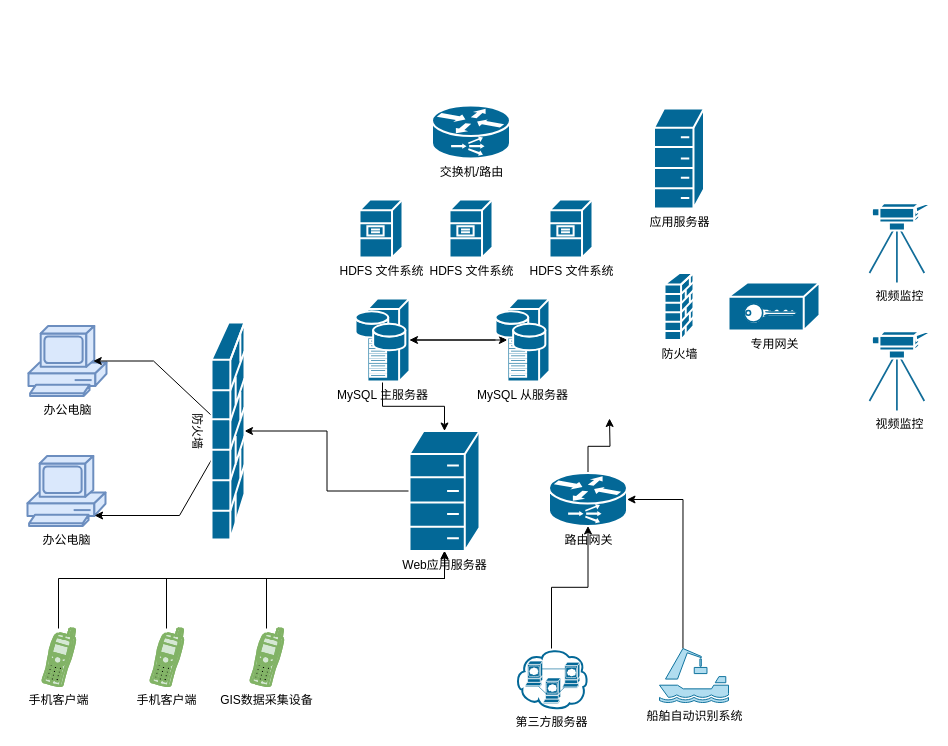
The draw.io diagram 物理拓扑.drawio in liusheding001/draw.io, before the edit. Source tidied: cells renumbered, new cells numbered last; positions are measured from the earlier drawing's top-left corner, leaving out a move shared by most shapes. Both pictures are drawn from the tidied source at 100%, with x=0, y=0 at pixel (27, 105).
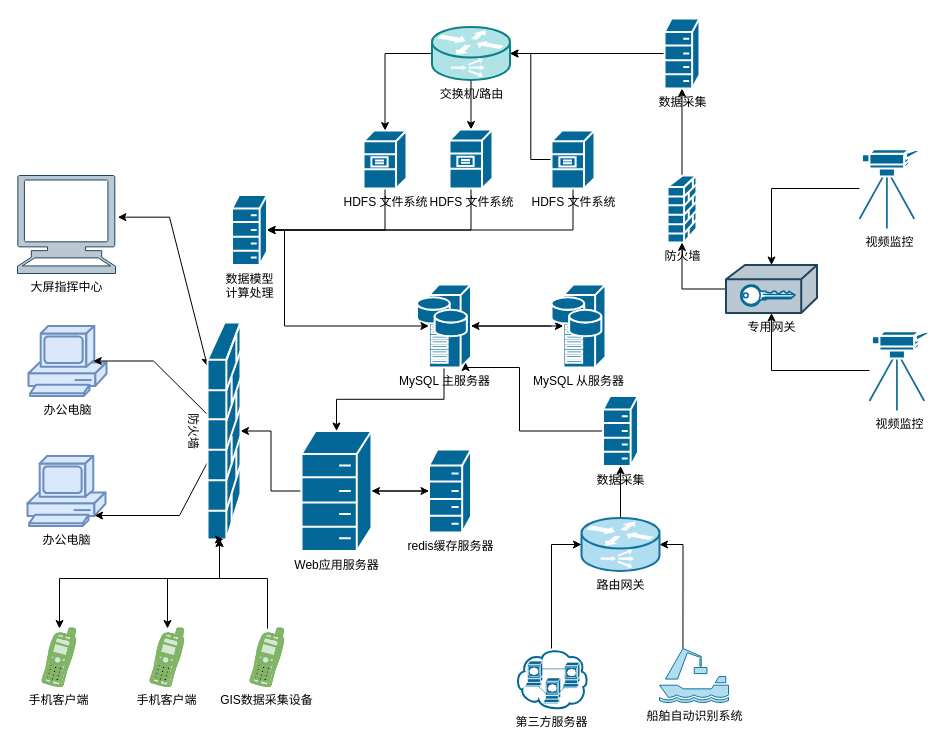
The same page after the edit.

Commit message:
更新物理拓扑.drawio

The change refers to these unchanged cells:
```xml
<mxCell id="5" value="手机客户端" style="shape=mxgraph.cisco.modems_and_phones.cell_phone;html=1;dashed=0;fillColor=#d5e8d4;strokeColor=#82b366;strokeWidth=2;verticalLabelPosition=bottom;verticalAlign=top;align=center;outlineConnect=0;" parent="1" vertex="1">
  <mxGeometry x="14" y="523" width="34" height="58" as="geometry" />
</mxCell>
<mxCell id="23" value="视频监控" style="shape=mxgraph.cisco.computers_and_peripherals.video_camera;html=1;dashed=0;fillColor=#036897;strokeColor=#ffffff;strokeWidth=2;verticalLabelPosition=bottom;verticalAlign=top;align=center;outlineConnect=0;" parent="1" vertex="1">
  <mxGeometry x="842" y="225" width="60" height="80" as="geometry" />
</mxCell>
<mxCell id="25" value="手机客户端" style="shape=mxgraph.cisco.modems_and_phones.cell_phone;html=1;dashed=0;fillColor=#d5e8d4;strokeColor=#82b366;strokeWidth=2;verticalLabelPosition=bottom;verticalAlign=top;align=center;outlineConnect=0;" parent="1" vertex="1">
  <mxGeometry x="122" y="523" width="34" height="58" as="geometry" />
</mxCell>
<mxCell id="27" value="GIS数据采集设备" style="shape=mxgraph.cisco.modems_and_phones.cell_phone;html=1;dashed=0;fillColor=#d5e8d4;strokeColor=#82b366;strokeWidth=2;verticalLabelPosition=bottom;verticalAlign=top;align=center;outlineConnect=0;" parent="1" vertex="1">
  <mxGeometry x="222" y="523" width="34" height="58" as="geometry" />
</mxCell>
<mxCell id="29" value="第三方服务器" style="shape=mxgraph.cisco.storage.web_cluster;html=1;dashed=0;fillColor=#036897;strokeColor=#ffffff;strokeWidth=2;verticalLabelPosition=bottom;verticalAlign=top;align=center;outlineConnect=0;" parent="1" vertex="1">
  <mxGeometry x="487.5" y="543" width="73" height="60" as="geometry" />
</mxCell>
```

The edit, as a diff of the source:
```diff
@@
-    <mxCell id="4" style="edgeStyle=orthogonalEdgeStyle;rounded=0;jettySize=auto;html=1;" parent="1" edge="1" source="5" target="7">
-      <mxGeometry relative="1" as="geometry">
-        <Array as="points">
-          <mxPoint x="31" y="473" />
-          <mxPoint x="417" y="473" />
-        </Array>
-      </mxGeometry>
-    </mxCell>
+    <mxCell id="35" style="edgeStyle=orthogonalEdgeStyle;rounded=0;jettySize=auto;html=1;startArrow=classic;startFill=1;" parent="1" edge="1" source="5">
+      <mxGeometry relative="1" as="geometry">
+        <mxPoint x="192" y="433" as="targetPoint" />
+        <Array as="points">
+          <mxPoint x="32" y="473" />
+          <mxPoint x="192" y="473" />
+        </Array>
+      </mxGeometry>
+    </mxCell>
@@
+    <mxCell id="36" style="edgeStyle=orthogonalEdgeStyle;rounded=0;jettySize=auto;html=1;entryX=0;entryY=0.5;entryDx=0;entryDy=0;entryPerimeter=0;" parent="1" edge="1" source="7" target="55">
+      <mxGeometry relative="1" as="geometry" />
+    </mxCell>
     <mxCell id="7" value="Web应用服务器" style="shape=mxgraph.cisco.misc.hp_mini;html=1;dashed=0;fillColor=#036897;strokeColor=#ffffff;strokeWidth=2;verticalLabelPosition=bottom;verticalAlign=top;align=center;outlineConnect=0;" parent="1" vertex="1">
-      <mxGeometry x="382" y="325.5" width="70" height="120" as="geometry" />
+      <mxGeometry x="274" y="325.5" width="70" height="120" as="geometry" />
     </mxCell>
+    <mxCell id="37" style="edgeStyle=orthogonalEdgeStyle;rounded=0;jettySize=auto;html=1;entryX=0.5;entryY=0;entryDx=0;entryDy=0;entryPerimeter=0;" parent="1" edge="1" source="8" target="10">
+      <mxGeometry relative="1" as="geometry" />
+    </mxCell>
+    <mxCell id="38" style="edgeStyle=orthogonalEdgeStyle;rounded=0;jettySize=auto;html=1;entryX=0.5;entryY=0;entryDx=0;entryDy=0;entryPerimeter=0;" parent="1" edge="1" source="8" target="12">
+      <mxGeometry relative="1" as="geometry" />
+    </mxCell>
-    <mxCell id="8" value="交换机/路由" style="shape=mxgraph.cisco.routers.content_service_router;html=1;dashed=0;fillColor=#036897;strokeColor=#ffffff;strokeWidth=2;verticalLabelPosition=bottom;verticalAlign=top;align=center;outlineConnect=0;" parent="1" vertex="1">
-      <mxGeometry x="404.5" width="78" height="53" as="geometry" />
+    <mxCell id="8" value="交换机/路由" style="shape=mxgraph.cisco.routers.content_service_router;html=1;dashed=0;fillColor=#b0e3e6;strokeColor=#0e8088;strokeWidth=2;verticalLabelPosition=bottom;verticalAlign=top;align=center;outlineConnect=0;" parent="1" vertex="1">
+      <mxGeometry x="404.5" y="-78.5" width="78" height="53" as="geometry" />
     </mxCell>
+    <mxCell id="39" style="edgeStyle=orthogonalEdgeStyle;rounded=0;jettySize=auto;html=1;" parent="1" edge="1" source="9" target="34">
+      <mxGeometry relative="1" as="geometry" />
+    </mxCell>
     <mxCell id="9" value="防火墙" style="shape=mxgraph.cisco.security.firewall;html=1;dashed=0;fillColor=#036897;strokeColor=#ffffff;strokeWidth=2;verticalLabelPosition=bottom;verticalAlign=top;align=center;outlineConnect=0;" parent="1" vertex="1">
-      <mxGeometry x="637" y="167.5" width="29" height="67" as="geometry" />
+      <mxGeometry x="640" y="70" width="29" height="67" as="geometry" />
     </mxCell>
+    <mxCell id="40" style="edgeStyle=orthogonalEdgeStyle;rounded=0;jettySize=auto;html=1;exitX=0.5;exitY=1;exitDx=0;exitDy=0;exitPerimeter=0;entryX=1;entryY=0.5;entryDx=0;entryDy=0;entryPerimeter=0;" parent="1" edge="1" source="10" target="57">
+      <mxGeometry relative="1" as="geometry" />
+    </mxCell>
     <mxCell id="10" value="HDFS 文件系统&lt;br&gt;" style="shape=mxgraph.cisco.servers.file_server;html=1;dashed=0;fillColor=#036897;strokeColor=#ffffff;strokeWidth=2;verticalLabelPosition=bottom;verticalAlign=top;align=center;outlineConnect=0;" parent="1" vertex="1">
-      <mxGeometry x="332" y="94" width="43" height="58" as="geometry" />
+      <mxGeometry x="336" y="25" width="43" height="58" as="geometry" />
     </mxCell>
+    <mxCell id="41" style="edgeStyle=orthogonalEdgeStyle;rounded=0;jettySize=auto;html=1;entryX=1;entryY=0.5;entryDx=0;entryDy=0;entryPerimeter=0;" parent="1" edge="1" source="11" target="8">
+      <mxGeometry relative="1" as="geometry" />
+    </mxCell>
+    <mxCell id="42" style="edgeStyle=orthogonalEdgeStyle;rounded=0;jettySize=auto;html=1;entryX=1;entryY=0.5;entryDx=0;entryDy=0;entryPerimeter=0;" parent="1" edge="1" source="11" target="57">
+      <mxGeometry relative="1" as="geometry">
+        <Array as="points">
+          <mxPoint x="545" y="125" />
+        </Array>
+      </mxGeometry>
+    </mxCell>
     <mxCell id="11" value="HDFS 文件系统&lt;br&gt;" style="shape=mxgraph.cisco.servers.file_server;html=1;dashed=0;fillColor=#036897;strokeColor=#ffffff;strokeWidth=2;verticalLabelPosition=bottom;verticalAlign=top;align=center;outlineConnect=0;" parent="1" vertex="1">
-      <mxGeometry x="522" y="94" width="43" height="58" as="geometry" />
+      <mxGeometry x="524" y="25" width="43" height="58" as="geometry" />
     </mxCell>
+    <mxCell id="43" style="edgeStyle=orthogonalEdgeStyle;rounded=0;jettySize=auto;html=1;entryX=1;entryY=0.5;entryDx=0;entryDy=0;entryPerimeter=0;" parent="1" edge="1" source="12" target="57">
+      <mxGeometry relative="1" as="geometry">
+        <Array as="points">
+          <mxPoint x="444" y="125" />
+        </Array>
+      </mxGeometry>
+    </mxCell>
     <mxCell id="12" value="HDFS 文件系统&lt;br&gt;" style="shape=mxgraph.cisco.servers.file_server;html=1;dashed=0;fillColor=#036897;strokeColor=#ffffff;strokeWidth=2;verticalLabelPosition=bottom;verticalAlign=top;align=center;outlineConnect=0;" parent="1" vertex="1">
-      <mxGeometry x="422" y="94" width="43" height="58" as="geometry" />
+      <mxGeometry x="422" y="24" width="43" height="59" as="geometry" />
     </mxCell>
@@
     <mxCell id="15" value="MySQL 主服务器" style="shape=mxgraph.cisco.servers.storage_server;html=1;dashed=0;fillColor=#036897;strokeColor=#ffffff;strokeWidth=2;verticalLabelPosition=bottom;verticalAlign=top;align=center;outlineConnect=0;" parent="1" vertex="1">
-      <mxGeometry x="328" y="193" width="54" height="83" as="geometry" />
+      <mxGeometry x="389.5" y="179" width="54" height="83" as="geometry" />
     </mxCell>
@@
     <mxCell id="17" value="MySQL 从服务器" style="shape=mxgraph.cisco.servers.storage_server;html=1;dashed=0;fillColor=#036897;strokeColor=#ffffff;strokeWidth=2;verticalLabelPosition=bottom;verticalAlign=top;align=center;outlineConnect=0;" parent="1" vertex="1">
-      <mxGeometry x="468" y="193" width="54" height="83" as="geometry" />
+      <mxGeometry x="524" y="179" width="54" height="83" as="geometry" />
     </mxCell>
+    <mxCell id="44" style="edgeStyle=orthogonalEdgeStyle;rounded=0;jettySize=auto;html=1;" parent="1" edge="1" source="18" target="19">
+      <mxGeometry relative="1" as="geometry" />
+    </mxCell>
     <mxCell id="18" value="视频监控" style="shape=mxgraph.cisco.computers_and_peripherals.video_camera;html=1;dashed=0;fillColor=#036897;strokeColor=#ffffff;strokeWidth=2;verticalLabelPosition=bottom;verticalAlign=top;align=center;outlineConnect=0;" parent="1" vertex="1">
-      <mxGeometry x="842" y="97" width="60" height="80" as="geometry" />
+      <mxGeometry x="832" y="43" width="60" height="80" as="geometry" />
     </mxCell>
+    <mxCell id="45" style="edgeStyle=orthogonalEdgeStyle;rounded=0;jettySize=auto;html=1;" parent="1" edge="1" source="19" target="9">
+      <mxGeometry relative="1" as="geometry" />
+    </mxCell>
-    <mxCell id="19" value="专用网关" style="shape=mxgraph.cisco.hubs_and_gateways.vpn_gateway;html=1;dashed=0;fillColor=#036897;strokeColor=#ffffff;strokeWidth=2;verticalLabelPosition=bottom;verticalAlign=top;align=center;outlineConnect=0;" parent="1" vertex="1">
-      <mxGeometry x="701" y="177" width="91" height="48" as="geometry" />
+    <mxCell id="19" value="专用网关" style="shape=mxgraph.cisco.hubs_and_gateways.vpn_gateway;html=1;dashed=0;fillColor=#bac8d3;strokeColor=#23445d;strokeWidth=2;verticalLabelPosition=bottom;verticalAlign=top;align=center;outlineConnect=0;" parent="1" vertex="1">
+      <mxGeometry x="698.5" y="159.5" width="91" height="48" as="geometry" />
     </mxCell>
@@
+    <mxCell id="46" style="edgeStyle=orthogonalEdgeStyle;rounded=0;jettySize=auto;html=1;entryX=1.024;entryY=0.425;entryDx=0;entryDy=0;entryPerimeter=0;startArrow=classic;startFill=1;" parent="1" edge="1" source="22" target="58">
+      <mxGeometry relative="1" as="geometry">
+        <Array as="points">
+          <mxPoint x="142" y="112" />
+        </Array>
+      </mxGeometry>
+    </mxCell>
     <mxCell id="22" value="防火墙" style="shape=mxgraph.cisco.security.firewall;html=1;dashed=0;fillColor=#036897;strokeColor=#ffffff;strokeWidth=2;verticalLabelPosition=bottom;verticalAlign=top;align=center;outlineConnect=0;rotation=90;direction=north;" parent="1" vertex="1">
-      <mxGeometry x="92" y="309" width="217" height="33" as="geometry" />
+      <mxGeometry x="88" y="309" width="217" height="33" as="geometry" />
     </mxCell>
+    <mxCell id="47" style="edgeStyle=orthogonalEdgeStyle;rounded=0;jettySize=auto;html=1;" parent="1" edge="1" source="23" target="19">
+      <mxGeometry relative="1" as="geometry" />
+    </mxCell>
@@
-    <mxCell id="24" style="edgeStyle=orthogonalEdgeStyle;rounded=0;jettySize=auto;html=1;" parent="1" edge="1" source="25" target="7">
-      <mxGeometry relative="1" as="geometry">
-        <Array as="points">
-          <mxPoint x="139" y="473" />
-          <mxPoint x="417" y="473" />
-        </Array>
-      </mxGeometry>
-    </mxCell>
+    <mxCell id="48" style="edgeStyle=orthogonalEdgeStyle;rounded=0;jettySize=auto;html=1;startArrow=classic;startFill=1;" parent="1" edge="1" source="25">
+      <mxGeometry relative="1" as="geometry">
+        <mxPoint x="192" y="433" as="targetPoint" />
+        <Array as="points">
+          <mxPoint x="140" y="473" />
+          <mxPoint x="192" y="473" />
+        </Array>
+      </mxGeometry>
+    </mxCell>
@@
-    <mxCell id="26" style="edgeStyle=orthogonalEdgeStyle;rounded=0;jettySize=auto;html=1;entryX=0.5;entryY=1;entryDx=0;entryDy=0;entryPerimeter=0;" parent="1" edge="1" source="27" target="7">
-      <mxGeometry relative="1" as="geometry">
-        <Array as="points">
-          <mxPoint x="239" y="473" />
-          <mxPoint x="417" y="473" />
-        </Array>
-      </mxGeometry>
-    </mxCell>
+    <mxCell id="49" style="edgeStyle=orthogonalEdgeStyle;rounded=0;jettySize=auto;html=1;" parent="1" edge="1" source="27">
+      <mxGeometry relative="1" as="geometry">
+        <mxPoint x="196" y="434" as="targetPoint" />
+        <Array as="points">
+          <mxPoint x="240" y="473" />
+          <mxPoint x="192" y="473" />
+          <mxPoint x="192" y="434" />
+        </Array>
+      </mxGeometry>
+    </mxCell>
@@
-    <mxCell id="28" style="edgeStyle=orthogonalEdgeStyle;rounded=0;jettySize=auto;html=1;" parent="1" edge="1" source="29" target="33">
+    <mxCell id="28" style="edgeStyle=orthogonalEdgeStyle;rounded=0;jettySize=auto;html=1;entryX=0;entryY=0.5;entryDx=0;entryDy=0;entryPerimeter=0;" parent="1" edge="1" source="29" target="33">
       <mxGeometry relative="1" as="geometry" />
     </mxCell>
@@
-    <mxCell id="32" style="edgeStyle=orthogonalEdgeStyle;rounded=0;jettySize=auto;html=1;" parent="1" edge="1" source="33">
-      <mxGeometry relative="1" as="geometry">
-        <mxPoint x="582" y="313" as="targetPoint" />
-      </mxGeometry>
-    </mxCell>
+    <mxCell id="50" style="edgeStyle=orthogonalEdgeStyle;rounded=0;jettySize=auto;html=1;entryX=0.5;entryY=1;entryDx=0;entryDy=0;entryPerimeter=0;" parent="1" edge="1" source="33" target="53">
+      <mxGeometry relative="1" as="geometry" />
+    </mxCell>
-    <mxCell id="33" value="路由网关" style="shape=mxgraph.cisco.routers.content_service_router;html=1;dashed=0;fillColor=#036897;strokeColor=#ffffff;strokeWidth=2;verticalLabelPosition=bottom;verticalAlign=top;align=center;outlineConnect=0;" parent="1" vertex="1">
-      <mxGeometry x="521.5" y="367.5" width="78" height="53" as="geometry" />
+    <mxCell id="33" value="路由网关" style="shape=mxgraph.cisco.routers.content_service_router;html=1;dashed=0;fillColor=#b1ddf0;strokeColor=#10739e;strokeWidth=2;verticalLabelPosition=bottom;verticalAlign=top;align=center;outlineConnect=0;" parent="1" vertex="1">
+      <mxGeometry x="554" y="412.5" width="78" height="53" as="geometry" />
     </mxCell>
+    <mxCell id="51" style="edgeStyle=orthogonalEdgeStyle;rounded=0;jettySize=auto;html=1;" parent="1" edge="1" source="34" target="8">
+      <mxGeometry relative="1" as="geometry" />
+    </mxCell>
-    <mxCell id="34" value="应用服务器" style="shape=mxgraph.cisco.misc.hp_mini;html=1;dashed=0;fillColor=#036897;strokeColor=#ffffff;strokeWidth=2;verticalLabelPosition=bottom;verticalAlign=top;align=center;outlineConnect=0;" parent="1" vertex="1">
-      <mxGeometry x="626.5" y="3" width="50" height="100" as="geometry" />
+    <mxCell id="34" value="数据采集" style="shape=mxgraph.cisco.misc.hp_mini;html=1;dashed=0;fillColor=#036897;strokeColor=#ffffff;strokeWidth=2;verticalLabelPosition=bottom;verticalAlign=top;align=center;outlineConnect=0;" parent="1" vertex="1">
+      <mxGeometry x="637" y="-87" width="35" height="70" as="geometry" />
     </mxCell>
+    <mxCell id="52" style="edgeStyle=orthogonalEdgeStyle;rounded=0;jettySize=auto;html=1;entryX=0.9;entryY=0.94;entryDx=0;entryDy=0;entryPerimeter=0;" parent="1" edge="1" source="53" target="15">
+      <mxGeometry relative="1" as="geometry">
+        <Array as="points">
+          <mxPoint x="492" y="326" />
+          <mxPoint x="492" y="262" />
+          <mxPoint x="438" y="262" />
+        </Array>
+      </mxGeometry>
+    </mxCell>
+    <mxCell id="53" value="数据采集" style="shape=mxgraph.cisco.misc.hp_mini;html=1;dashed=0;fillColor=#036897;strokeColor=#ffffff;strokeWidth=2;verticalLabelPosition=bottom;verticalAlign=top;align=center;outlineConnect=0;" parent="1" vertex="1">
+      <mxGeometry x="575.5" y="290.5" width="35" height="70" as="geometry" />
+    </mxCell>
+    <mxCell id="54" style="edgeStyle=orthogonalEdgeStyle;rounded=0;jettySize=auto;html=1;entryX=1;entryY=0.5;entryDx=0;entryDy=0;entryPerimeter=0;" parent="1" edge="1" source="55" target="7">
+      <mxGeometry relative="1" as="geometry" />
+    </mxCell>
+    <mxCell id="55" value="redis缓存服务器" style="shape=mxgraph.cisco.misc.hp_mini;html=1;dashed=0;fillColor=#036897;strokeColor=#ffffff;strokeWidth=2;verticalLabelPosition=bottom;verticalAlign=top;align=center;outlineConnect=0;" parent="1" vertex="1">
+      <mxGeometry x="401.5" y="344" width="42" height="83" as="geometry" />
+    </mxCell>
+    <mxCell id="56" style="edgeStyle=orthogonalEdgeStyle;rounded=0;jettySize=auto;html=1;entryX=0.22;entryY=0.5;entryDx=0;entryDy=0;entryPerimeter=0;" parent="1" edge="1" source="57" target="15">
+      <mxGeometry relative="1" as="geometry">
+        <Array as="points">
+          <mxPoint x="257" y="221" />
+        </Array>
+      </mxGeometry>
+    </mxCell>
+    <mxCell id="57" value="数据模型&lt;br&gt;计算处理" style="shape=mxgraph.cisco.misc.hp_mini;html=1;dashed=0;fillColor=#036897;strokeColor=#ffffff;strokeWidth=2;verticalLabelPosition=bottom;verticalAlign=top;align=center;outlineConnect=0;" parent="1" vertex="1">
+      <mxGeometry x="204.5" y="89.5" width="35" height="70" as="geometry" />
+    </mxCell>
+    <mxCell id="58" value="大屏指挥中心" style="shape=mxgraph.signs.tech.computer;html=1;fillColor=#bac8d3;strokeColor=#23445d;verticalLabelPosition=bottom;verticalAlign=top;align=center;" parent="1" vertex="1">
+      <mxGeometry x="-10" y="70" width="98" height="98" as="geometry" />
+    </mxCell>
```
